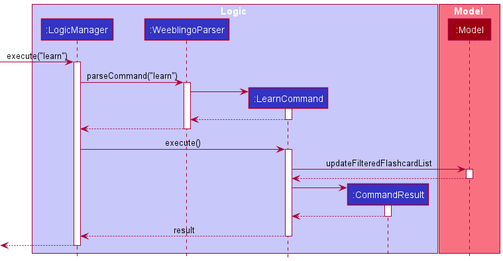
The PlantUML diagram docs/images/LearnSequenceDiagram.png in nus-cs2103-AY2021S2/tp, before a commit.
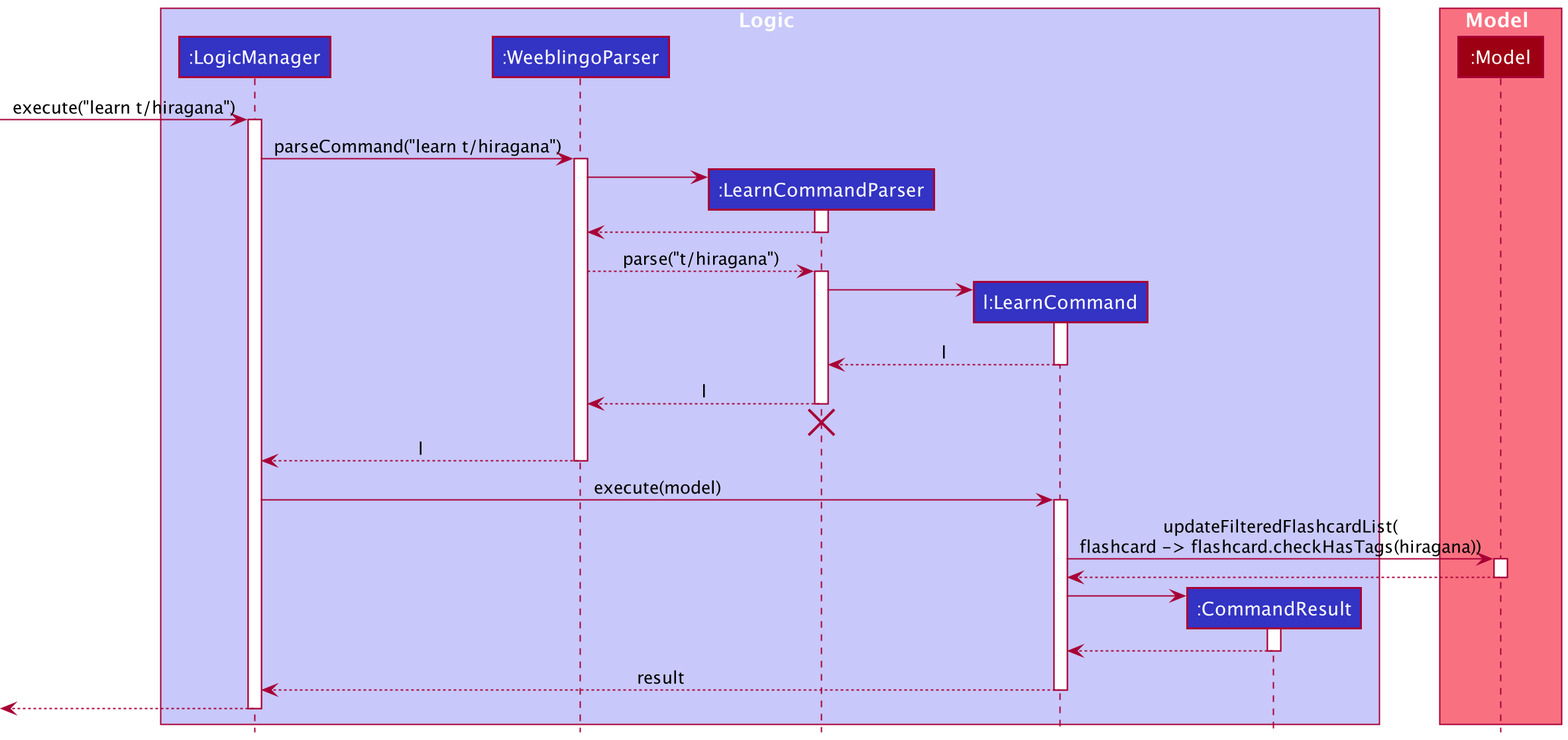
Later version of the same file.

Change to the diagram source:
```diff
@@ -4,7 +4,8 @@
 box Logic LOGIC_COLOR_T1
 participant ":LogicManager" as LogicManager LOGIC_COLOR
 participant ":WeeblingoParser" as WeeblingoParser LOGIC_COLOR
-participant ":LearnCommand" as LearnCommand LOGIC_COLOR
+participant ":LearnCommandParser" as LearnCommandParser LOGIC_COLOR
+participant "l:LearnCommand" as LearnCommand LOGIC_COLOR
 participant ":CommandResult" as CommandResult LOGIC_COLOR
 end box
 
@@ -12,26 +13,42 @@
 participant ":Model" as Model MODEL_COLOR
 end box
 
-[-> LogicManager : execute("learn")
+[-> LogicManager : execute("learn t/hiragana")
 activate LogicManager
 
-LogicManager -> WeeblingoParser : parseCommand("learn")
+LogicManager -> WeeblingoParser : parseCommand("learn t/hiragana")
 activate WeeblingoParser
 
+create LearnCommandParser
+WeeblingoParser -> LearnCommandParser :
+activate LearnCommandParser
+
+LearnCommandParser --> WeeblingoParser :
+deactivate LearnCommandParser
+
+WeeblingoParser --> LearnCommandParser : parse("t/hiragana")
+activate LearnCommandParser
+
 create LearnCommand
-WeeblingoParser -> LearnCommand :
+LearnCommandParser -> LearnCommand :
 activate LearnCommand
 
-LearnCommand --> WeeblingoParser :
+LearnCommand --> LearnCommandParser : l
 deactivate LearnCommand
 
-WeeblingoParser --> LogicManager :
+LearnCommandParser --> WeeblingoParser : l
+deactivate LearnCommandParser
+
+LearnCommandParser -[hidden]-> WeeblingoParser
+destroy LearnCommandParser
+
+WeeblingoParser --> LogicManager : l
 deactivate WeeblingoParser
 
-LogicManager -> LearnCommand : execute()
+LogicManager -> LearnCommand : execute(model)
 activate LearnCommand
 
-LearnCommand -> Model : updateFilteredFlashcardList
+LearnCommand -> Model : updateFilteredFlashcardList(\nflashcard -> flashcard.checkHasTags(hiragana))
 activate Model
 
 Model --> LearnCommand
```
